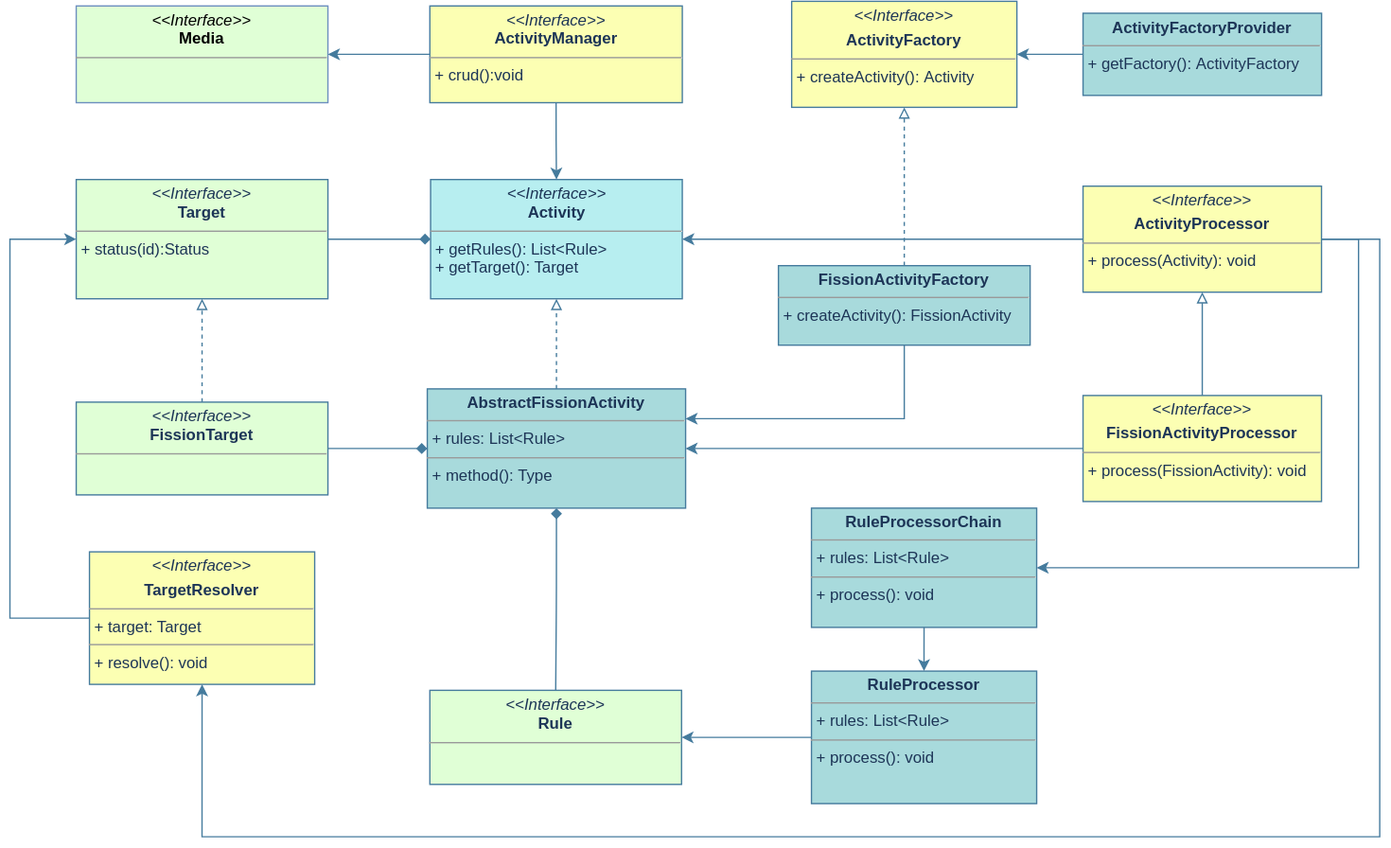
Earlier version of the draw.io export fission activity.svg (jingwux/diagrams). Source tidied: cells renumbered, new cells last; positions are measured from the earlier drawing's top-left corner, leaving out a move shared by most shapes.
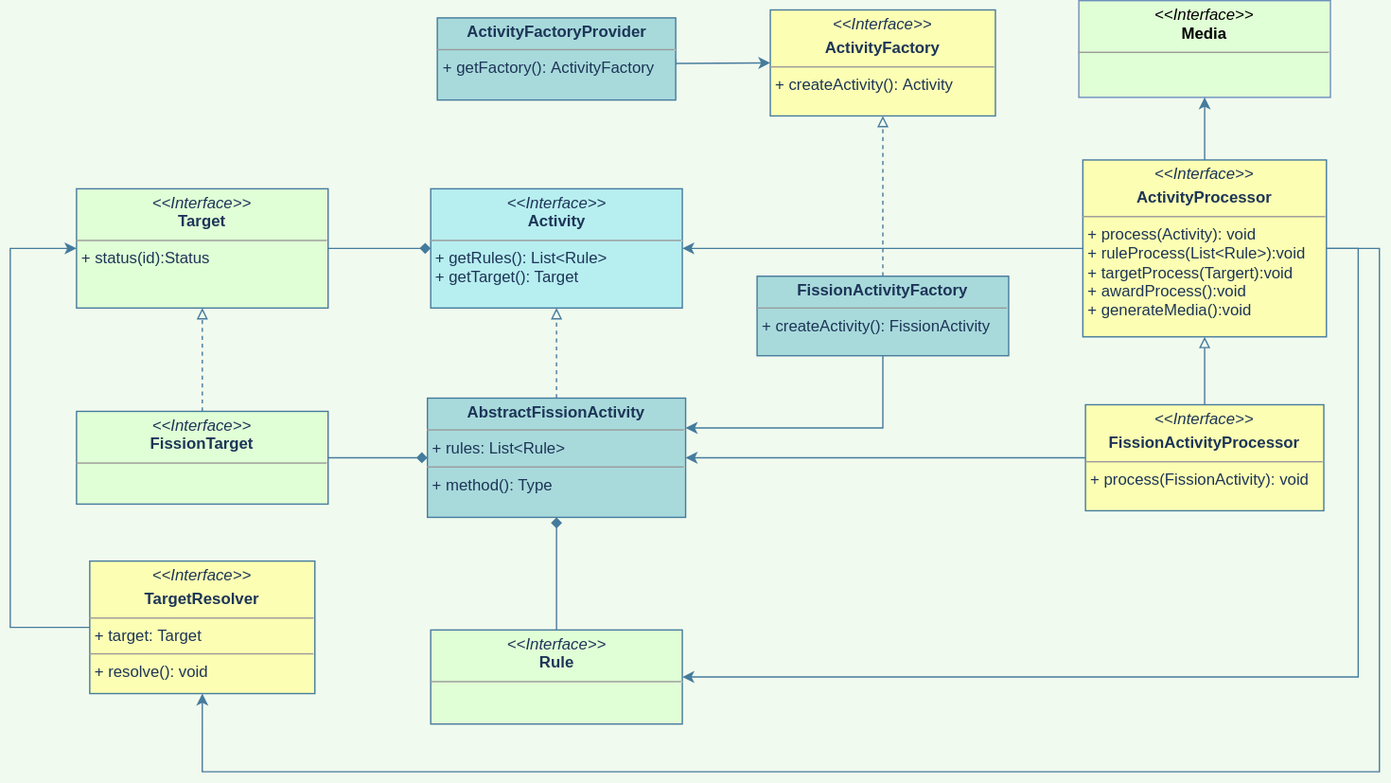
After the change.

Change to the diagram source:
```diff
@@ -8,3 +8,3 @@
     <mxCell id="3" value="&lt;p style=&quot;margin: 0px ; margin-top: 4px ; text-align: center&quot;&gt;&lt;i&gt;&amp;lt;&amp;lt;Interface&amp;gt;&amp;gt;&lt;/i&gt;&lt;br&gt;&lt;b&gt;Activity&lt;/b&gt;&lt;/p&gt;&lt;hr size=&quot;1&quot;&gt;&amp;nbsp;+ getRules(): List&amp;lt;Rule&amp;gt;&lt;br&gt;&amp;nbsp;+ getTarget(): Target&amp;nbsp;&lt;br&gt;&lt;p style=&quot;margin: 0px ; margin-left: 4px&quot;&gt;&lt;/p&gt;&lt;p style=&quot;margin: 0px ; margin-left: 4px&quot;&gt;&lt;/p&gt;" style="verticalAlign=top;align=left;overflow=fill;fontSize=12;fontFamily=Helvetica;html=1;strokeColor=#457B9D;fontColor=#1D3557;sketch=0;fillColor=#B7EEF0;" parent="1" vertex="1">
-      <mxGeometry x="317.5" y="135" width="190" height="90" as="geometry" />
+      <mxGeometry x="309.5" y="116" width="190" height="90" as="geometry" />
     </mxCell>
@@ -16,4 +16,4 @@
         <Array as="points">
-          <mxPoint x="260" y="338" />
-          <mxPoint x="260" y="338" />
+          <mxPoint x="252" y="319" />
+          <mxPoint x="252" y="319" />
         </Array>
@@ -24,7 +24,7 @@
     </mxCell>
-    <mxCell id="7" style="edgeStyle=orthogonalEdgeStyle;rounded=0;jettySize=auto;html=1;exitX=1;exitY=0.5;exitDx=0;exitDy=0;entryX=1;entryY=0.5;entryDx=0;entryDy=0;fontColor=#1D3557;startArrow=none;startFill=0;endArrow=classic;endFill=1;strokeColor=#457B9D;labelBackgroundColor=#F1FAEE;" parent="1" edge="1" source="25" target="18">
+    <mxCell id="7" style="edgeStyle=orthogonalEdgeStyle;rounded=0;jettySize=auto;html=1;exitX=1;exitY=0.5;exitDx=0;exitDy=0;entryX=1;entryY=0.5;entryDx=0;entryDy=0;fontColor=#1D3557;startArrow=none;startFill=0;endArrow=classic;endFill=1;strokeColor=#457B9D;labelBackgroundColor=#F1FAEE;" parent="1" edge="1" source="25" target="16">
       <mxGeometry relative="1" as="geometry">
         <Array as="points">
-          <mxPoint x="1018" y="180" />
-          <mxPoint x="1018" y="428" />
+          <mxPoint x="1010" y="161" />
+          <mxPoint x="1010" y="484" />
         </Array>
@@ -35,5 +35,5 @@
         <Array as="points">
-          <mxPoint x="1034" y="180" />
-          <mxPoint x="1034" y="631" />
-          <mxPoint x="145" y="631" />
+          <mxPoint x="1026" y="161" />
+          <mxPoint x="1026" y="556" />
+          <mxPoint x="137" y="556" />
         </Array>
@@ -42,3 +42,3 @@
     <mxCell id="9" value="&lt;p style=&quot;margin: 0px ; margin-top: 4px ; text-align: center&quot;&gt;&lt;b&gt;AbstractFissionActivity&lt;/b&gt;&lt;/p&gt;&lt;hr size=&quot;1&quot;&gt;&lt;p style=&quot;margin: 0px ; margin-left: 4px&quot;&gt;+ rules: List&amp;lt;Rule&amp;gt;&lt;/p&gt;&lt;hr size=&quot;1&quot;&gt;&lt;p style=&quot;margin: 0px ; margin-left: 4px&quot;&gt;+ method(): Type&lt;/p&gt;" style="verticalAlign=top;align=left;overflow=fill;fontSize=12;fontFamily=Helvetica;html=1;strokeColor=#457B9D;fontColor=#1D3557;fillColor=#A8DADC;" parent="1" vertex="1">
-      <mxGeometry x="315" y="293" width="195" height="90" as="geometry" />
+      <mxGeometry x="307" y="274" width="195" height="90" as="geometry" />
     </mxCell>
@@ -48,3 +48,3 @@
     <mxCell id="11" value="&lt;p style=&quot;margin: 0px ; margin-top: 4px ; text-align: center&quot;&gt;&lt;i&gt;&amp;lt;&amp;lt;Interface&amp;gt;&amp;gt;&lt;/i&gt;&lt;br&gt;&lt;b&gt;FissionTarget&lt;/b&gt;&lt;/p&gt;&lt;hr size=&quot;1&quot;&gt;&lt;p style=&quot;margin: 0px ; margin-left: 4px&quot;&gt;&lt;/p&gt;&lt;p style=&quot;margin: 0px ; margin-left: 4px&quot;&gt;&lt;br&gt;&lt;/p&gt;" style="verticalAlign=top;align=left;overflow=fill;fontSize=12;fontFamily=Helvetica;html=1;strokeColor=#457B9D;fontColor=#1D3557;rounded=0;glass=0;sketch=0;fillColor=#E0FFD6;" parent="1" vertex="1">
-      <mxGeometry x="50" y="303" width="190" height="70" as="geometry" />
+      <mxGeometry x="42" y="284" width="190" height="70" as="geometry" />
     </mxCell>
@@ -53,3 +53,3 @@
         <Array as="points">
-          <mxPoint x="675" y="316" />
+          <mxPoint x="651" y="297" />
         </Array>
@@ -61,25 +61,13 @@
     <mxCell id="14" value="&lt;p style=&quot;margin: 0px ; margin-top: 4px ; text-align: center&quot;&gt;&lt;span style=&quot;font-weight: 700&quot;&gt;FissionActivityFactory&lt;/span&gt;&lt;br&gt;&lt;/p&gt;&lt;hr size=&quot;1&quot;&gt;&lt;p style=&quot;margin: 0px ; margin-left: 4px&quot;&gt;&lt;/p&gt;&lt;p style=&quot;margin: 0px ; margin-left: 4px&quot;&gt;+ createActivity():&amp;nbsp;&lt;span&gt;FissionActivity&lt;/span&gt;&lt;/p&gt;&lt;p style=&quot;margin: 0px ; margin-left: 4px&quot;&gt;&lt;br&gt;&lt;/p&gt;" style="verticalAlign=top;align=left;overflow=fill;fontSize=12;fontFamily=Helvetica;html=1;fillColor=#A8DADC;strokeColor=#457B9D;fontColor=#1D3557;sketch=0;" parent="1" vertex="1">
-      <mxGeometry x="580.1" y="200" width="190" height="60" as="geometry" />
+      <mxGeometry x="556" y="182" width="190" height="60" as="geometry" />
     </mxCell>
     <mxCell id="15" value="&lt;p style=&quot;margin: 0px ; margin-top: 4px ; text-align: center&quot;&gt;&lt;i&gt;&amp;lt;&amp;lt;Interface&amp;gt;&amp;gt;&lt;/i&gt;&lt;br&gt;&lt;b&gt;Target&lt;/b&gt;&lt;/p&gt;&lt;hr size=&quot;1&quot;&gt;&lt;p style=&quot;margin: 0px ; margin-left: 4px&quot;&gt;&lt;/p&gt;&lt;p style=&quot;margin: 0px ; margin-left: 4px&quot;&gt;+ status(id):Status&lt;/p&gt;" style="verticalAlign=top;align=left;overflow=fill;fontSize=12;fontFamily=Helvetica;html=1;fontColor=#1D3557;rounded=0;glass=0;sketch=0;strokeColor=#457B9D;fillColor=#E0FFD6;" parent="1" vertex="1">
-      <mxGeometry x="50" y="135" width="190" height="90" as="geometry" />
+      <mxGeometry x="42" y="116" width="190" height="90" as="geometry" />
     </mxCell>
     <mxCell id="16" value="&lt;p style=&quot;margin: 0px ; margin-top: 4px ; text-align: center&quot;&gt;&lt;i&gt;&amp;lt;&amp;lt;Interface&amp;gt;&amp;gt;&lt;/i&gt;&lt;br&gt;&lt;b&gt;Rule&lt;/b&gt;&lt;/p&gt;&lt;hr size=&quot;1&quot;&gt;&lt;p style=&quot;margin: 0px ; margin-left: 4px&quot;&gt;&lt;/p&gt;&lt;p style=&quot;margin: 0px ; margin-left: 4px&quot;&gt;&lt;br&gt;&lt;/p&gt;" style="verticalAlign=top;align=left;overflow=fill;fontSize=12;fontFamily=Helvetica;html=1;strokeColor=#457B9D;fontColor=#1D3557;rounded=0;glass=0;sketch=0;fillColor=#E0FFD6;" parent="1" vertex="1">
-      <mxGeometry x="317" y="520.5" width="190" height="71" as="geometry" />
+      <mxGeometry x="309.5" y="449" width="190" height="71" as="geometry" />
     </mxCell>
-    <mxCell id="17" style="edgeStyle=orthogonalEdgeStyle;rounded=0;jettySize=auto;html=1;exitX=0.5;exitY=1;exitDx=0;exitDy=0;strokeColor=#457B9D;fontColor=#1D3557;labelBackgroundColor=#F1FAEE;" parent="1" edge="1" source="18" target="21">
-      <mxGeometry relative="1" as="geometry" />
-    </mxCell>
-    <mxCell id="18" value="&lt;p style=&quot;margin: 0px ; margin-top: 4px ; text-align: center&quot;&gt;&lt;b&gt;RuleProcessorChain&lt;/b&gt;&lt;/p&gt;&lt;hr size=&quot;1&quot;&gt;&lt;p style=&quot;margin: 0px ; margin-left: 4px&quot;&gt;+ rules: List&amp;lt;Rule&amp;gt;&lt;/p&gt;&lt;hr size=&quot;1&quot;&gt;&lt;p style=&quot;margin: 0px ; margin-left: 4px&quot;&gt;+ process(): void&lt;/p&gt;" style="verticalAlign=top;align=left;overflow=fill;fontSize=12;fontFamily=Helvetica;html=1;rounded=0;fontColor=#1D3557;strokeColor=#457B9D;fillColor=#A8DADC;" parent="1" vertex="1">
-      <mxGeometry x="605" y="383" width="170" height="90" as="geometry" />
-    </mxCell>
     <mxCell id="19" value="&lt;p style=&quot;margin: 0px ; margin-top: 4px ; text-align: center&quot;&gt;&lt;i&gt;&amp;lt;&amp;lt;Interface&amp;gt;&amp;gt;&lt;/i&gt;&lt;br&gt;&lt;b&gt;Media&lt;/b&gt;&lt;/p&gt;&lt;hr size=&quot;1&quot;&gt;&lt;p style=&quot;margin: 0px ; margin-left: 4px&quot;&gt;&lt;/p&gt;&lt;p style=&quot;margin: 0px ; margin-left: 4px&quot;&gt;&lt;br&gt;&lt;/p&gt;" style="verticalAlign=top;align=left;overflow=fill;fontSize=12;fontFamily=Helvetica;html=1;strokeColor=#6c8ebf;sketch=0;fillColor=#E0FFD6;" parent="1" vertex="1">
-      <mxGeometry x="50" y="4" width="190" height="73" as="geometry" />
+      <mxGeometry x="799" y="-26" width="190" height="73" as="geometry" />
     </mxCell>
-    <mxCell id="20" style="edgeStyle=orthogonalEdgeStyle;rounded=0;jettySize=auto;html=1;exitX=0;exitY=0.5;exitDx=0;exitDy=0;fontColor=#1D3557;labelBackgroundColor=#F1FAEE;strokeColor=#457B9D;" parent="1" edge="1" source="21" target="16">
-      <mxGeometry relative="1" as="geometry" />
-    </mxCell>
-    <mxCell id="21" value="&lt;p style=&quot;margin: 0px ; margin-top: 4px ; text-align: center&quot;&gt;&lt;b&gt;RuleProcessor&lt;/b&gt;&lt;br&gt;&lt;/p&gt;&lt;hr size=&quot;1&quot;&gt;&lt;p style=&quot;margin: 0px ; margin-left: 4px&quot;&gt;+ rules: List&amp;lt;Rule&amp;gt;&lt;/p&gt;&lt;hr size=&quot;1&quot;&gt;&lt;p style=&quot;margin: 0px ; margin-left: 4px&quot;&gt;+ process(): void&lt;/p&gt;" style="verticalAlign=top;align=left;overflow=fill;fontSize=12;fontFamily=Helvetica;html=1;rounded=0;fontColor=#1D3557;strokeColor=#457B9D;fillColor=#A8DADC;" parent="1" vertex="1">
-      <mxGeometry x="605" y="506" width="170" height="100" as="geometry" />
-    </mxCell>
     <mxCell id="22" style="edgeStyle=orthogonalEdgeStyle;rounded=0;jettySize=auto;html=1;exitX=0;exitY=0.5;exitDx=0;exitDy=0;entryX=0;entryY=0.5;entryDx=0;entryDy=0;startArrow=none;startFill=0;endArrow=classic;endFill=1;strokeColor=#457B9D;fontColor=#1D3557;labelBackgroundColor=#F1FAEE;" parent="1" edge="1" source="23" target="15">
@@ -87,4 +75,4 @@
         <Array as="points">
-          <mxPoint y="466" />
-          <mxPoint y="180" />
+          <mxPoint x="-8" y="447" />
+          <mxPoint x="-8" y="161" />
         </Array>
@@ -93,3 +81,3 @@
     <mxCell id="23" value="&lt;p style=&quot;margin: 4px 0px 0px ; text-align: center&quot;&gt;&lt;i&gt;&amp;lt;&amp;lt;Interface&amp;gt;&amp;gt;&lt;/i&gt;&lt;span style=&quot;font-weight: 700&quot;&gt;&lt;br&gt;&lt;/span&gt;&lt;/p&gt;&lt;p style=&quot;margin: 0px ; margin-top: 4px ; text-align: center&quot;&gt;&lt;b&gt;TargetResolver&lt;/b&gt;&lt;br&gt;&lt;/p&gt;&lt;hr size=&quot;1&quot;&gt;&lt;p style=&quot;margin: 0px ; margin-left: 4px&quot;&gt;+ target: Target&lt;/p&gt;&lt;hr size=&quot;1&quot;&gt;&lt;p style=&quot;margin: 0px ; margin-left: 4px&quot;&gt;+ resolve(): void&lt;/p&gt;" style="verticalAlign=top;align=left;overflow=fill;fontSize=12;fontFamily=Helvetica;html=1;rounded=0;fontColor=#1D3557;strokeColor=#457B9D;fillColor=#FCFFB3;" parent="1" vertex="1">
-      <mxGeometry x="60" y="416" width="170" height="100" as="geometry" />
+      <mxGeometry x="52" y="397" width="170" height="100" as="geometry" />
     </mxCell>
@@ -98,7 +86,7 @@
     </mxCell>
-    <mxCell id="25" value="&lt;p style=&quot;margin: 0px ; margin-top: 4px ; text-align: center&quot;&gt;&lt;i&gt;&amp;lt;&amp;lt;Interface&amp;gt;&amp;gt;&lt;/i&gt;&lt;span style=&quot;font-weight: 700&quot;&gt;&lt;br&gt;&lt;/span&gt;&lt;/p&gt;&lt;p style=&quot;margin: 0px ; margin-top: 4px ; text-align: center&quot;&gt;&lt;span style=&quot;font-weight: 700&quot;&gt;ActivityProcessor&lt;/span&gt;&lt;br&gt;&lt;/p&gt;&lt;hr size=&quot;1&quot;&gt;&lt;p style=&quot;margin: 0px ; margin-left: 4px&quot;&gt;&lt;/p&gt;&lt;p style=&quot;margin: 0px ; margin-left: 4px&quot;&gt;+ process(&lt;span&gt;Activity&lt;/span&gt;&lt;span&gt;): void&lt;/span&gt;&lt;/p&gt;" style="verticalAlign=top;align=left;overflow=fill;fontSize=12;fontFamily=Helvetica;html=1;strokeColor=#457B9D;fontColor=#1D3557;fillColor=#FCFFB3;" parent="1" vertex="1">
-      <mxGeometry x="810" y="140" width="180" height="80" as="geometry" />
+    <mxCell id="25" value="&lt;p style=&quot;margin: 0px ; margin-top: 4px ; text-align: center&quot;&gt;&lt;i&gt;&amp;lt;&amp;lt;Interface&amp;gt;&amp;gt;&lt;/i&gt;&lt;span style=&quot;font-weight: 700&quot;&gt;&lt;br&gt;&lt;/span&gt;&lt;/p&gt;&lt;p style=&quot;margin: 0px ; margin-top: 4px ; text-align: center&quot;&gt;&lt;span style=&quot;font-weight: 700&quot;&gt;ActivityProcessor&lt;/span&gt;&lt;br&gt;&lt;/p&gt;&lt;hr size=&quot;1&quot;&gt;&lt;p style=&quot;margin: 0px ; margin-left: 4px&quot;&gt;&lt;/p&gt;&lt;p style=&quot;margin: 0px ; margin-left: 4px&quot;&gt;+ process(&lt;span&gt;Activity&lt;/span&gt;&lt;span&gt;): void&lt;/span&gt;&lt;/p&gt;&lt;p style=&quot;margin: 0px ; margin-left: 4px&quot;&gt;&lt;span&gt;+ ruleProcess(List&amp;lt;Rule&amp;gt;):void&lt;/span&gt;&lt;/p&gt;&lt;p style=&quot;margin: 0px ; margin-left: 4px&quot;&gt;&lt;span&gt;+ targetProcess(Targert):void&lt;/span&gt;&lt;/p&gt;&lt;p style=&quot;margin: 0px ; margin-left: 4px&quot;&gt;&lt;span&gt;+ awardProcess():void&lt;/span&gt;&lt;/p&gt;&lt;p style=&quot;margin: 0px ; margin-left: 4px&quot;&gt;+ generateMedia():void&lt;span&gt;&lt;br&gt;&lt;/span&gt;&lt;/p&gt;" style="verticalAlign=top;align=left;overflow=fill;fontSize=12;fontFamily=Helvetica;html=1;strokeColor=#457B9D;fontColor=#1D3557;fillColor=#FCFFB3;" parent="1" vertex="1">
+      <mxGeometry x="802" y="94.2" width="184" height="133.5" as="geometry" />
     </mxCell>
     <mxCell id="26" value="&lt;p style=&quot;margin: 0px ; margin-top: 4px ; text-align: center&quot;&gt;&lt;i&gt;&amp;lt;&amp;lt;Interface&amp;gt;&amp;gt;&lt;/i&gt;&lt;span style=&quot;font-weight: 700&quot;&gt;&lt;br&gt;&lt;/span&gt;&lt;/p&gt;&lt;p style=&quot;margin: 0px ; margin-top: 4px ; text-align: center&quot;&gt;&lt;span style=&quot;font-weight: 700&quot;&gt;ActivityFactory&lt;/span&gt;&lt;br&gt;&lt;/p&gt;&lt;hr size=&quot;1&quot;&gt;&lt;p style=&quot;margin: 0px ; margin-left: 4px&quot;&gt;&lt;/p&gt;&lt;p style=&quot;margin: 0px ; margin-left: 4px&quot;&gt;+ createActivity():&amp;nbsp;&lt;span&gt;Activity&lt;/span&gt;&lt;/p&gt;&lt;p style=&quot;margin: 0px ; margin-left: 4px&quot;&gt;&lt;br&gt;&lt;/p&gt;" style="verticalAlign=top;align=left;overflow=fill;fontSize=12;fontFamily=Helvetica;html=1;strokeColor=#457B9D;fontColor=#1D3557;sketch=0;fillColor=#FCFFB3;" parent="1" vertex="1">
-      <mxGeometry x="590.1" y="0.5" width="170" height="80" as="geometry" />
+      <mxGeometry x="566" y="-19" width="170" height="80" as="geometry" />
     </mxCell>
@@ -111,19 +99,18 @@
     <mxCell id="29" value="&lt;p style=&quot;margin: 0px ; margin-top: 4px ; text-align: center&quot;&gt;&lt;i&gt;&amp;lt;&amp;lt;Interface&amp;gt;&amp;gt;&lt;/i&gt;&lt;span style=&quot;font-weight: 700&quot;&gt;&lt;br&gt;&lt;/span&gt;&lt;/p&gt;&lt;p style=&quot;margin: 0px ; margin-top: 4px ; text-align: center&quot;&gt;&lt;span style=&quot;font-weight: 700&quot;&gt;FissionActivityProcessor&lt;/span&gt;&lt;br&gt;&lt;/p&gt;&lt;hr size=&quot;1&quot;&gt;&lt;p style=&quot;margin: 0px ; margin-left: 4px&quot;&gt;&lt;/p&gt;&lt;p style=&quot;margin: 0px ; margin-left: 4px&quot;&gt;+ process(&lt;span&gt;FissionActivity): void&lt;/span&gt;&lt;br&gt;&lt;/p&gt;" style="verticalAlign=top;align=left;overflow=fill;fontSize=12;fontFamily=Helvetica;html=1;strokeColor=#457B9D;fontColor=#1D3557;fillColor=#FCFFB3;" parent="1" vertex="1">
-      <mxGeometry x="810" y="298" width="180" height="80" as="geometry" />
+      <mxGeometry x="804" y="279" width="180" height="80" as="geometry" />
     </mxCell>
-    <mxCell id="30" style="edgeStyle=orthogonalEdgeStyle;rounded=0;jettySize=auto;html=1;exitX=0;exitY=0.5;exitDx=0;exitDy=0;entryX=1;entryY=0.5;entryDx=0;entryDy=0;strokeColor=#457B9D;" parent="1" edge="1" source="31" target="26">
-      <mxGeometry relative="1" as="geometry" />
+    <mxCell id="30" style="edgeStyle=orthogonalEdgeStyle;rounded=0;jettySize=auto;html=1;exitX=1;exitY=0.5;exitDx=0;exitDy=0;entryX=0;entryY=0.5;entryDx=0;entryDy=0;strokeColor=#457B9D;" parent="1" edge="1" source="31" target="26">
+      <mxGeometry relative="1" as="geometry">
+        <Array as="points">
+          <mxPoint x="381" y="22" />
+          <mxPoint x="444" y="22" />
+        </Array>
+      </mxGeometry>
     </mxCell>
     <mxCell id="31" value="&lt;p style=&quot;margin: 0px ; margin-top: 4px ; text-align: center&quot;&gt;&lt;span style=&quot;font-weight: 700&quot;&gt;ActivityFactoryProvider&lt;/span&gt;&lt;br&gt;&lt;/p&gt;&lt;hr size=&quot;1&quot;&gt;&lt;p style=&quot;margin: 0px ; margin-left: 4px&quot;&gt;&lt;/p&gt;&lt;p style=&quot;margin: 0px ; margin-left: 4px&quot;&gt;+ getFactory():&amp;nbsp;&lt;span&gt;ActivityFactory&lt;/span&gt;&lt;/p&gt;" style="verticalAlign=top;align=left;overflow=fill;fontSize=12;fontFamily=Helvetica;html=1;fillColor=#A8DADC;strokeColor=#457B9D;fontColor=#1D3557;" parent="1" vertex="1">
-      <mxGeometry x="810" y="9.5" width="180.1" height="62" as="geometry" />
+      <mxGeometry x="314.5" y="-13" width="180.1" height="62" as="geometry" />
     </mxCell>
-    <mxCell id="32" style="edgeStyle=orthogonalEdgeStyle;rounded=0;jettySize=auto;html=1;exitX=0.5;exitY=1;exitDx=0;exitDy=0;entryX=0.5;entryY=0;entryDx=0;entryDy=0;endArrow=classic;endFill=1;strokeColor=#457B9D;" parent="1" edge="1" source="34" target="3">
-      <mxGeometry relative="1" as="geometry" />
-    </mxCell>
-    <mxCell id="33" style="edgeStyle=orthogonalEdgeStyle;rounded=0;jettySize=auto;html=1;exitX=0;exitY=0.5;exitDx=0;exitDy=0;endArrow=classic;endFill=1;strokeColor=#457B9D;" parent="1" edge="1" source="34" target="19">
+    <mxCell id="33" style="edgeStyle=orthogonalEdgeStyle;rounded=0;jettySize=auto;html=1;exitX=0.5;exitY=0;exitDx=0;exitDy=0;endArrow=classic;endFill=1;strokeColor=#457B9D;" parent="1" edge="1" source="25" target="19">
       <mxGeometry relative="1" as="geometry" />
     </mxCell>
-    <mxCell id="34" value="&lt;p style=&quot;margin: 0px ; margin-top: 4px ; text-align: center&quot;&gt;&lt;i&gt;&amp;lt;&amp;lt;Interface&amp;gt;&amp;gt;&lt;/i&gt;&lt;br&gt;&lt;b&gt;ActivityManager&lt;/b&gt;&lt;/p&gt;&lt;hr size=&quot;1&quot;&gt;&lt;p style=&quot;margin: 0px ; margin-left: 4px&quot;&gt;&lt;/p&gt;&lt;p style=&quot;margin: 0px ; margin-left: 4px&quot;&gt;+ crud():void&lt;/p&gt;" style="verticalAlign=top;align=left;overflow=fill;fontSize=12;fontFamily=Helvetica;html=1;strokeColor=#457B9D;fontColor=#1D3557;sketch=0;fillColor=#FCFFB3;" parent="1" vertex="1">
-      <mxGeometry x="317" y="4" width="190.6" height="73" as="geometry" />
-    </mxCell>
   </root>
```
